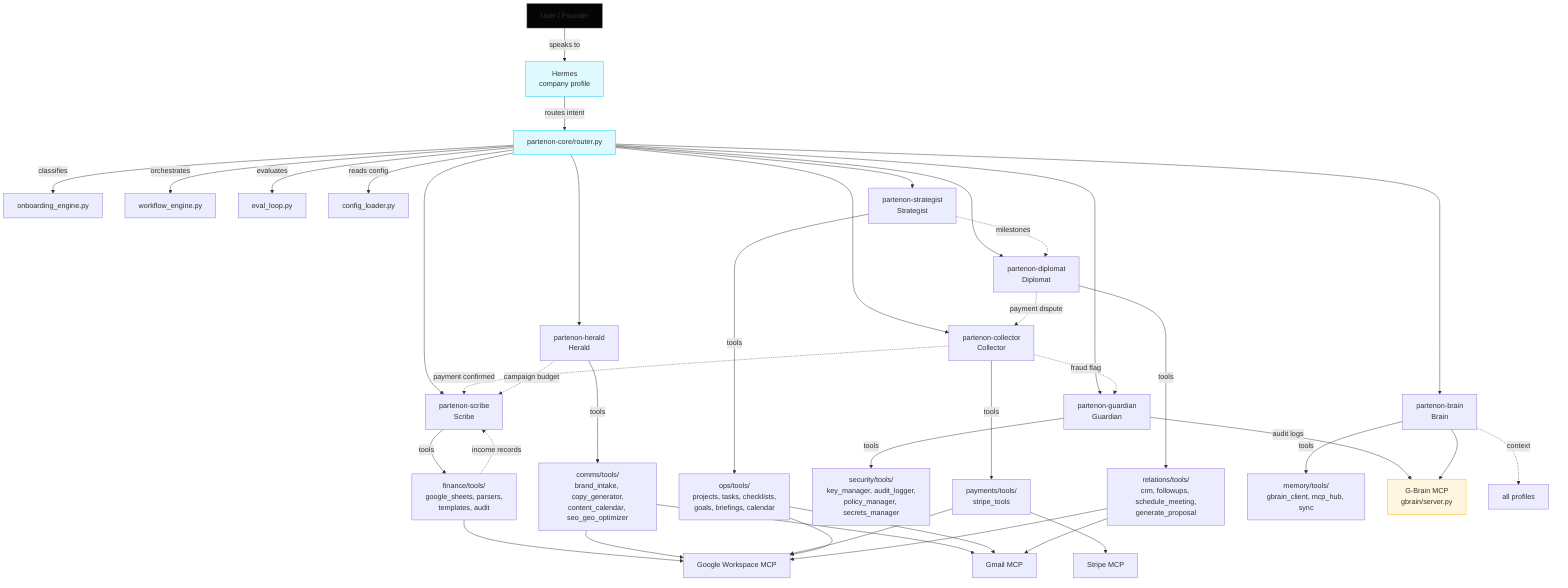
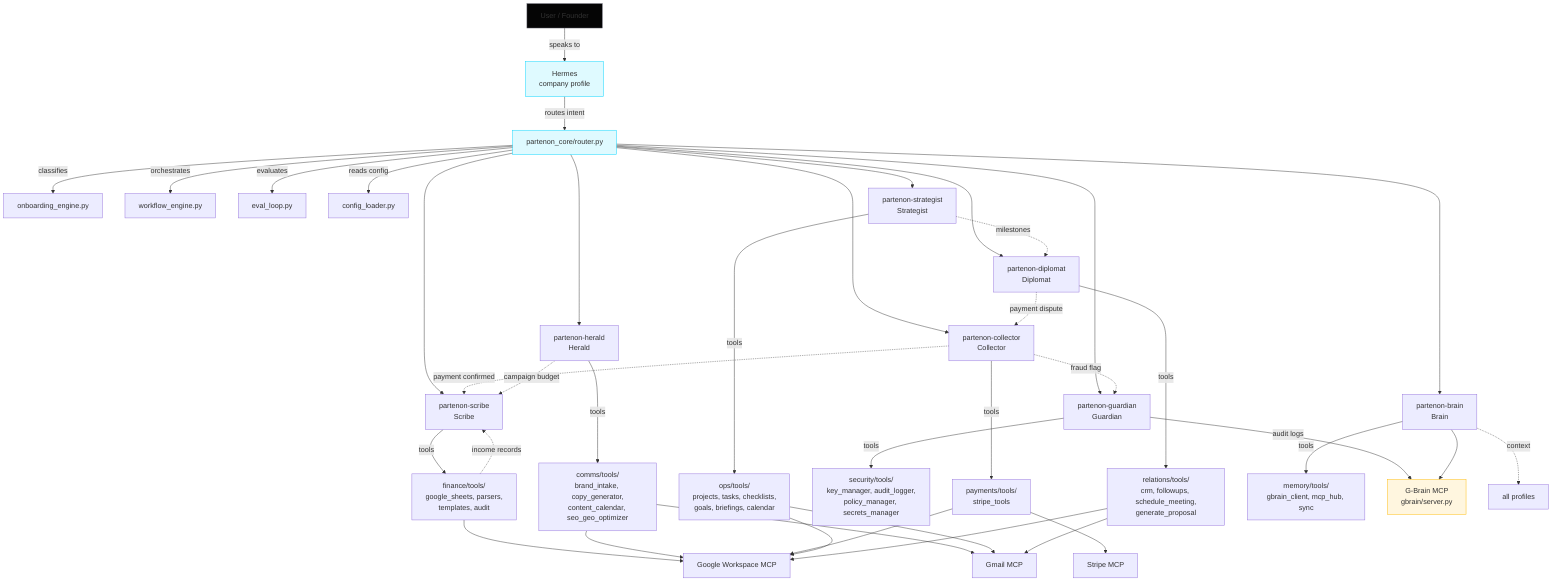
graph TD
    USER[User / Founder] -->|speaks to| HERMES[Hermes<br/>company profile]
-     HERMES -->|routes intent| ROUTER[partenon-core/router.py]
+     HERMES -->|routes intent| ROUTER[partenon_core/router.py]
    ROUTER -->|classifies| ONBOARD[onboarding_engine.py]
    ROUTER -->|orchestrates| WORKFLOW[workflow_engine.py]
    ROUTER -->|evaluates| EVAL[eval_loop.py]
    ROUTER -->|reads config| CONFIG[config_loader.py]

    ROUTER --> SCRIBE[partenon-scribe<br/>Scribe]
    ROUTER --> HERALD[partenon-herald<br/>Herald]
    ROUTER --> COLLECTOR[partenon-collector<br/>Collector]
    ROUTER --> GUARDIAN[partenon-guardian<br/>Guardian]
    ROUTER --> STRATEGIST[partenon-strategist<br/>Strategist]
    ROUTER --> DIPLOMAT[partenon-diplomat<br/>Diplomat]
    ROUTER --> BRAIN[partenon-brain<br/>Brain]

    SCRIBE -->|tools| FIN[finance/tools/<br/>google_sheets, parsers,<br/>templates, audit]
    HERALD -->|tools| COMMS[comms/tools/<br/>brand_intake, copy_generator,<br/>content_calendar, seo_geo_optimizer]
    COLLECTOR -->|tools| PAY[payments/tools/<br/>stripe_tools]
    GUARDIAN -->|tools| SEC[security/tools/<br/>key_manager, audit_logger,<br/>policy_manager, secrets_manager]
    STRATEGIST -->|tools| OPS[ops/tools/<br/>projects, tasks, checklists,<br/>goals, briefings, calendar]
    DIPLOMAT -->|tools| REL[relations/tools/<br/>crm, followups, schedule_meeting,<br/>generate_proposal]
    BRAIN -->|tools| MEM[memory/tools/<br/>gbrain_client, mcp_hub, sync]

    FIN --> GWS[Google Workspace MCP]
    COMMS --> GWS
    COMMS --> GMAIL[Gmail MCP]
    PAY --> STRIPE[Stripe MCP]
    PAY --> GWS
    OPS --> GWS
    OPS --> GMAIL
    REL --> GWS
    REL --> GMAIL
    GUARDIAN -->|audit logs| GB
    BRAIN --> GB[G-Brain MCP<br/>gbrain/server.py]

    FIN -.->|income records| SCRIBE
    COLLECTOR -.->|payment confirmed| SCRIBE
    HERALD -.->|campaign budget| SCRIBE
    STRATEGIST -.->|milestones| DIPLOMAT
    DIPLOMAT -.->|payment dispute| COLLECTOR
    COLLECTOR -.->|fraud flag| GUARDIAN
    BRAIN -.->|context| ALL[all profiles]

    style HERMES fill:#00D4FF20,stroke:#00D4FF
    style ROUTER fill:#00D4FF20,stroke:#00D4FF
    style GB fill:#FFB80020,stroke:#FFB800
    style USER fill:#050505,stroke:#6B6B78
